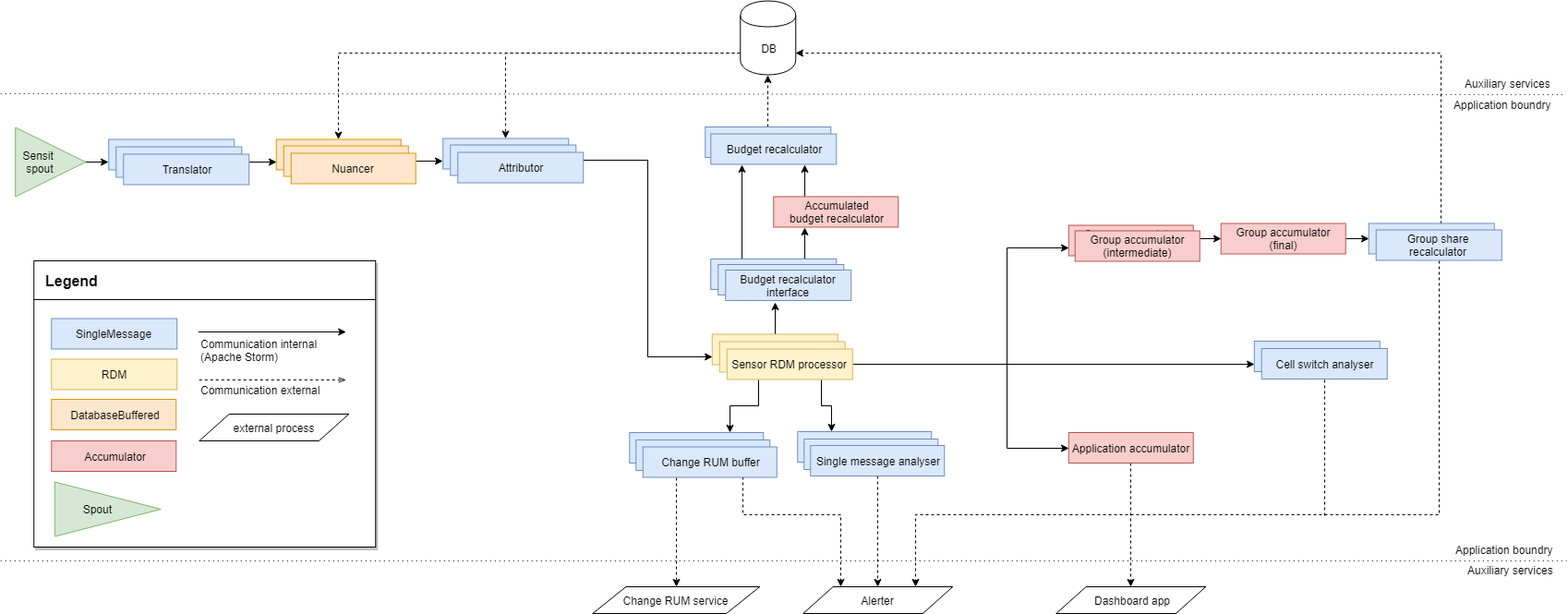
This is doc/resources/img/sensit_topology.png from jochemschutte/thesis, a draw.io export, as it was before one commit. Source tidied: cells renumbered, new cells last; positions are measured from the earlier drawing's top-left corner, leaving out a move shared by most shapes.
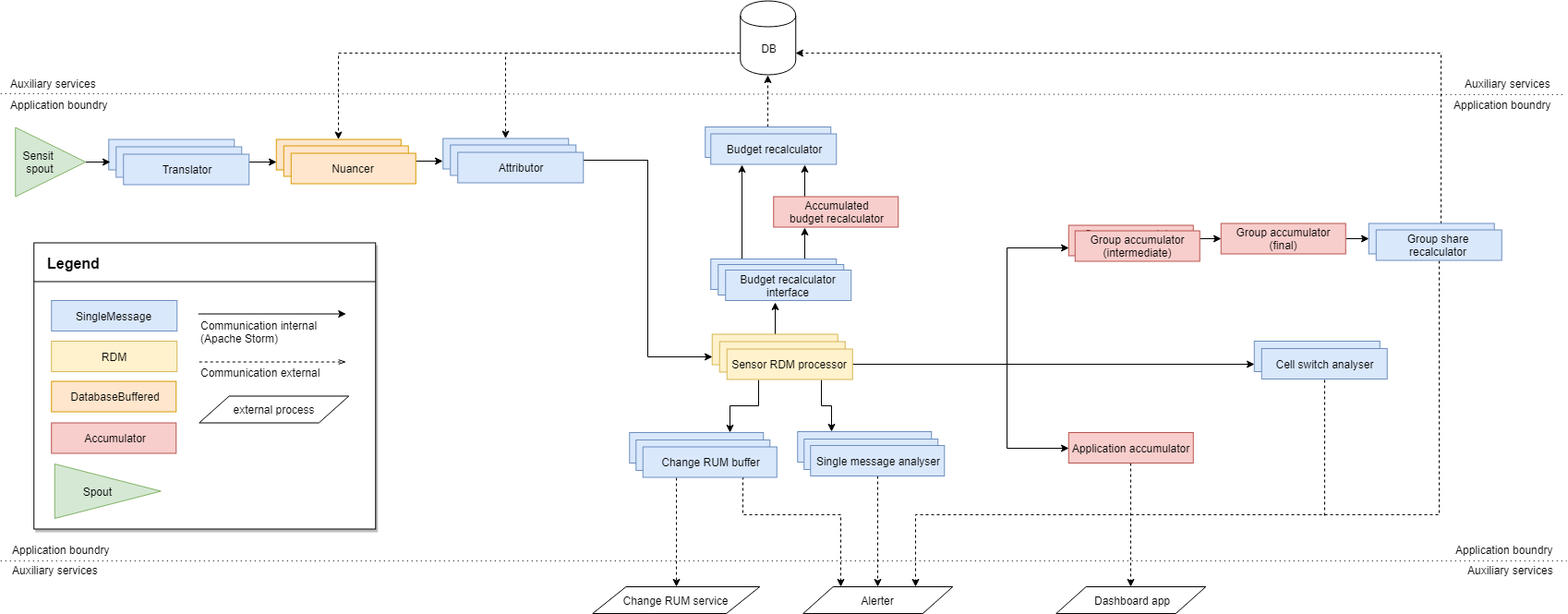
Later version of the same file.

Change to the diagram source:
```diff
@@ -3,51 +3,51 @@
     <mxCell id="0" />
     <mxCell id="1" parent="0" />
     <mxCell id="2" style="rounded=0;whiteSpace=wrap;html=1;shadow=1;" parent="1" vertex="1">
-      <mxGeometry x="36.2" y="282" width="370" height="310" as="geometry" />
+      <mxGeometry x="36.2" y="262.5" width="370" height="310" as="geometry" />
     </mxCell>
     <mxCell id="3" value="SingleMessage" style="rounded=0;whiteSpace=wrap;html=1;fillColor=#dae8fc;strokeColor=#6c8ebf;" parent="1" vertex="1">
-      <mxGeometry x="55.2" y="344.5" width="136" height="33" as="geometry" />
+      <mxGeometry x="55.2" y="325" width="136" height="33" as="geometry" />
     </mxCell>
     <mxCell id="4" value="RDM" style="rounded=0;whiteSpace=wrap;html=1;fillColor=#fff2cc;strokeColor=#d6b656;" parent="1" vertex="1">
-      <mxGeometry x="55.2" y="388.5" width="136" height="33" as="geometry" />
+      <mxGeometry x="55.2" y="369" width="136" height="33" as="geometry" />
     </mxCell>
     <mxCell id="5" value="Accumulator" style="rounded=0;whiteSpace=wrap;html=1;fillColor=#f8cecc;strokeColor=#b85450;" parent="1" vertex="1">
-      <mxGeometry x="55.2" y="477" width="135" height="33" as="geometry" />
+      <mxGeometry x="55.2" y="457.5" width="135" height="33" as="geometry" />
     </mxCell>
     <mxCell id="6" value="Spout&amp;nbsp; &amp;nbsp; &amp;nbsp; &amp;nbsp;&lt;br&gt;" style="triangle;whiteSpace=wrap;html=1;fillColor=#d5e8d4;strokeColor=#82b366;" parent="1" vertex="1">
-      <mxGeometry x="58.8" y="521.5" width="115" height="59" as="geometry" />
+      <mxGeometry x="58.8" y="502" width="115" height="59" as="geometry" />
     </mxCell>
     <mxCell id="7" style="endArrow=classic;html=1;" parent="1" edge="1">
       <mxGeometry relative="1" as="geometry">
-        <mxPoint x="214.2" y="359" as="sourcePoint" />
-        <mxPoint x="374.2" y="359" as="targetPoint" />
+        <mxPoint x="214.2" y="339.5" as="sourcePoint" />
+        <mxPoint x="374.2" y="339.5" as="targetPoint" />
       </mxGeometry>
     </mxCell>
     <mxCell id="8" value="Communication internal &lt;br&gt;(Apache Storm)" style="text;html=1;align=left;verticalAlign=top;spacingTop=-4;" parent="1" vertex="1">
-      <mxGeometry x="215.2" y="362.5" width="140" height="30" as="geometry" />
+      <mxGeometry x="215.2" y="343" width="140" height="30" as="geometry" />
     </mxCell>
     <mxCell id="9" style="endArrow=openThin;dashed=1;html=1;endFill=0;" parent="1" edge="1">
       <mxGeometry relative="1" as="geometry">
-        <mxPoint x="215.2" y="411" as="sourcePoint" />
-        <mxPoint x="374.2" y="411" as="targetPoint" />
+        <mxPoint x="215.2" y="391.5" as="sourcePoint" />
+        <mxPoint x="374.2" y="391.5" as="targetPoint" />
       </mxGeometry>
     </mxCell>
     <mxCell id="10" value="Communication external" style="text;html=1;align=left;verticalAlign=top;spacingTop=-4;" parent="1" vertex="1">
-      <mxGeometry x="215.2" y="413" width="140" height="20" as="geometry" />
+      <mxGeometry x="215.2" y="393.5" width="140" height="20" as="geometry" />
     </mxCell>
     <mxCell id="11" value="DatabaseBuffered" style="rounded=0;whiteSpace=wrap;html=1;fillColor=#ffe6cc;strokeColor=#d79b00;" parent="1" vertex="1">
-      <mxGeometry x="55.2" y="432" width="135" height="33" as="geometry" />
+      <mxGeometry x="55.2" y="412.5" width="135" height="33" as="geometry" />
     </mxCell>
     <mxCell id="12" value="external process" style="shape=parallelogram;perimeter=parallelogramPerimeter;whiteSpace=wrap;html=1;" parent="1" vertex="1">
-      <mxGeometry x="215.2" y="448" width="162" height="29" as="geometry" />
+      <mxGeometry x="215.2" y="428.5" width="162" height="29" as="geometry" />
     </mxCell>
     <mxCell id="13" value="&lt;font style=&quot;font-size: 16px&quot;&gt;&lt;b&gt;Legend&lt;/b&gt;&lt;/font&gt;" style="text;html=1;align=left;verticalAlign=top;spacingTop=-4;" parent="1" vertex="1">
-      <mxGeometry x="47.2" y="292" width="70" height="20" as="geometry" />
+      <mxGeometry x="49.2" y="272.5" width="70" height="20" as="geometry" />
     </mxCell>
     <mxCell id="14" style="endArrow=none;html=1;" parent="1" edge="1">
       <mxGeometry relative="1" as="geometry">
-        <mxPoint x="36.2" y="324" as="sourcePoint" />
-        <mxPoint x="406.2" y="324" as="targetPoint" />
+        <mxPoint x="36.2" y="304.5" as="sourcePoint" />
+        <mxPoint x="406.2" y="304.5" as="targetPoint" />
       </mxGeometry>
     </mxCell>
     <mxCell id="15" value="Translator" style="rounded=0;whiteSpace=wrap;html=1;fillColor=#dae8fc;strokeColor=#6c8ebf;" parent="1" vertex="1">
@@ -64,8 +64,10 @@
     <mxCell id="18" value="Averager" style="rounded=0;whiteSpace=wrap;html=1;fillColor=#ffe6cc;strokeColor=#d79b00;" parent="1" vertex="1">
       <mxGeometry x="298.8" y="150.5" width="135" height="33" as="geometry" />
     </mxCell>
-    <mxCell id="19" style="edgeStyle=orthogonalEdgeStyle;rounded=0;jettySize=auto;html=1;exitX=1;exitY=0.5;exitDx=0;exitDy=0;entryX=0;entryY=0.75;entryDx=0;entryDy=0;" parent="1" edge="1" source="20" target="15">
-      <mxGeometry relative="1" as="geometry" />
+    <mxCell id="19" style="edgeStyle=orthogonalEdgeStyle;rounded=0;jettySize=auto;html=1;exitX=1;exitY=0.5;exitDx=0;exitDy=0;entryX=0;entryY=0.75;entryDx=0;entryDy=0;" parent="1" edge="1" source="20">
+      <mxGeometry relative="1" as="geometry">
+        <mxPoint x="119" y="175" as="targetPoint" />
+      </mxGeometry>
     </mxCell>
     <mxCell id="20" value="Sensit&amp;nbsp; &amp;nbsp; &amp;nbsp; &amp;nbsp;&amp;nbsp;&lt;br&gt;spout&amp;nbsp; &amp;nbsp; &amp;nbsp; &amp;nbsp;&lt;br&gt;" style="triangle;whiteSpace=wrap;html=1;fillColor=#d5e8d4;strokeColor=#82b366;" parent="1" vertex="1">
       <mxGeometry x="16.2" y="137.5" width="76" height="75" as="geometry" />
@@ -292,5 +294,17 @@
         <mxPoint x="1434" y="558" as="sourcePoint" />
       </mxGeometry>
     </mxCell>
+    <mxCell id="83" value="Application boundry" style="text;html=1;align=left;verticalAlign=top;spacingTop=-4;" parent="1" vertex="1">
+      <mxGeometry x="9" y="104" width="120" height="20" as="geometry" />
+    </mxCell>
+    <mxCell id="84" value="Auxiliary services" style="text;html=1;align=left;verticalAlign=top;spacingTop=-4;" parent="1" vertex="1">
+      <mxGeometry x="9" y="80.5" width="110" height="20" as="geometry" />
+    </mxCell>
+    <mxCell id="85" value="Auxiliary services" style="text;html=1;align=left;verticalAlign=top;spacingTop=-4;" parent="1" vertex="1">
+      <mxGeometry x="11" y="608" width="110" height="20" as="geometry" />
+    </mxCell>
+    <mxCell id="86" value="Application boundry" style="text;html=1;align=left;verticalAlign=top;spacingTop=-4;" parent="1" vertex="1">
+      <mxGeometry x="11" y="585.5" width="120" height="20" as="geometry" />
+    </mxCell>
   </root>
 </mxGraphModel>
```
